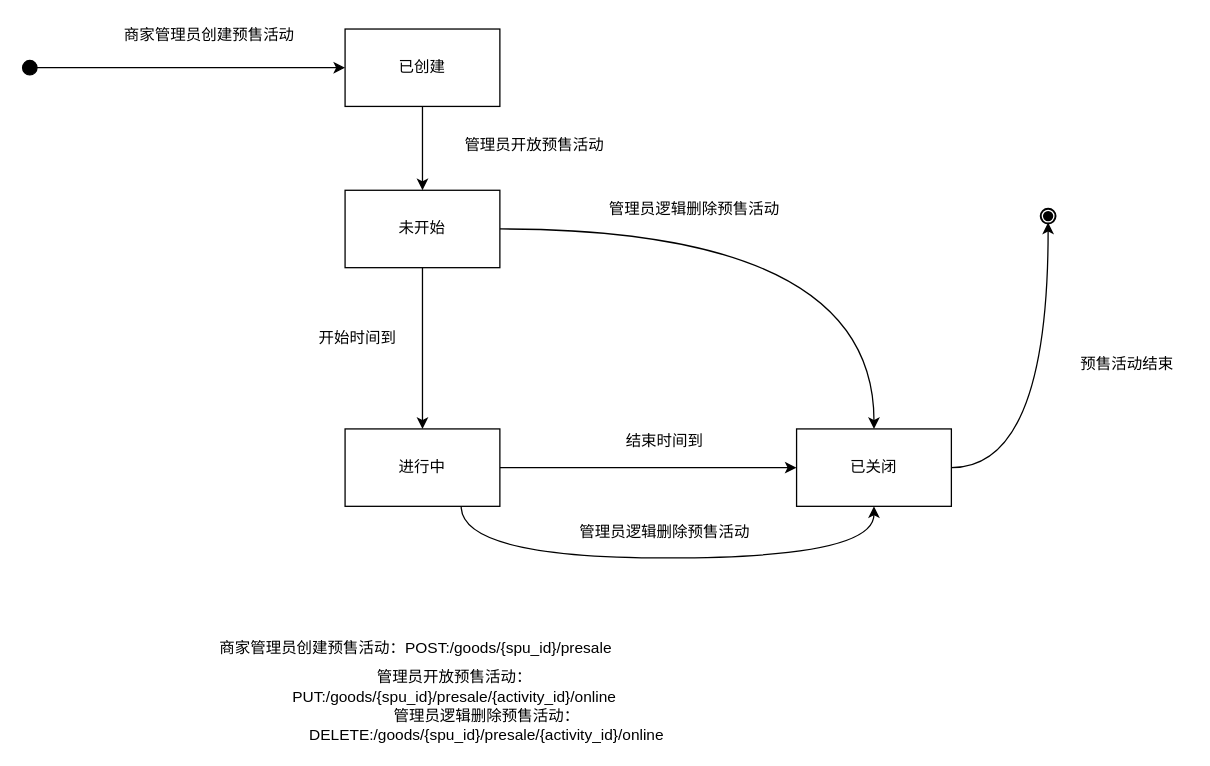
Before: OOAD讨论课/商品模块状态设计之预售子模块.drawio in app1echip/grams, a draw.io diagram. Source tidied: cells renumbered, new cells numbered last; positions are measured from the earlier drawing's top-left corner, leaving out a move shared by most shapes. Both pictures are drawn from the tidied source at 129%, with x=0, y=0 at pixel (22, 22).
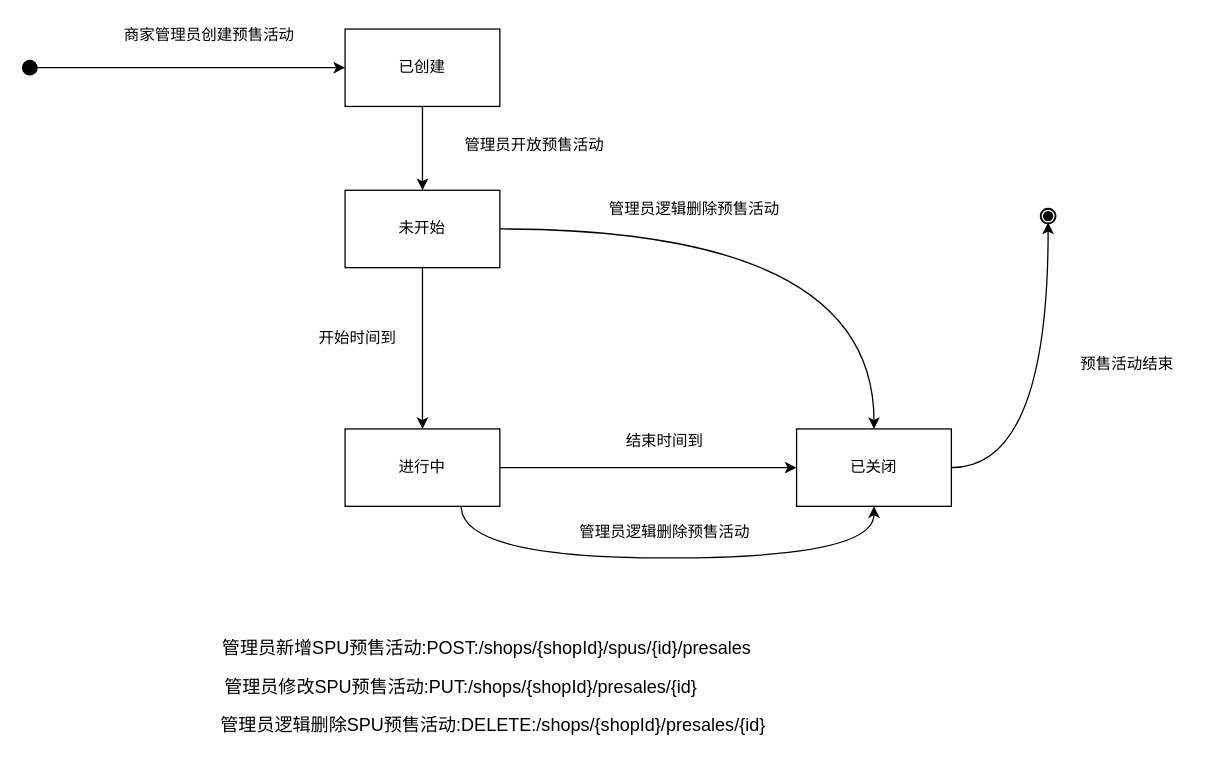
The same diagram, later.

Commit message:
Update 商品模块状态设计之预售子模块.drawio

What changed in the source:
```diff
@@
-    <mxCell id="22" value="商家管理员创建预售活动：POST:/goods/{spu_id}/presale" style="text;html=1;strokeColor=none;fillColor=none;align=center;verticalAlign=middle;whiteSpace=wrap;rounded=0;shadow=0;" parent="1" vertex="1">
-      <mxGeometry x="150" y="475" width="310" height="20" as="geometry" />
+    <mxCell id="22" value="&lt;font style=&quot;font-size: 14px&quot;&gt;&lt;span&gt;&lt;span&gt;&lt;span class=&quot;opblock-summary-path&quot;&gt;&lt;a class=&quot;nostyle&quot;&gt;&lt;span&gt;&lt;span&gt;&lt;span&gt;管理员新增SPU预售活动:POST:&lt;/span&gt;&lt;/span&gt;/shops/{shopId}/spus/{id}/presales&lt;/span&gt;&lt;/a&gt;&lt;/span&gt;&lt;/span&gt;&lt;/span&gt;&lt;/font&gt;" style="text;html=1;strokeColor=none;fillColor=none;align=center;verticalAlign=middle;whiteSpace=wrap;rounded=0;shadow=0;" parent="1" vertex="1">
+      <mxGeometry x="150" y="475" width="420" height="20" as="geometry" />
     </mxCell>
-    <mxCell id="23" value="管理员开放预售活动：PUT:/goods/{spu_id}/presale/{activity_id}/online" style="text;html=1;strokeColor=none;fillColor=none;align=center;verticalAlign=middle;whiteSpace=wrap;rounded=0;" parent="1" vertex="1">
-      <mxGeometry x="150" y="505" width="370" height="20" as="geometry" />
+    <mxCell id="23" value="&lt;font style=&quot;font-size: 14px&quot;&gt;&lt;span&gt;&lt;span&gt;管理员修改SPU预售活动:PUT:&lt;/span&gt;&lt;/span&gt;/shops/{shopId}/presales/{id}&lt;/font&gt;" style="text;html=1;strokeColor=none;fillColor=none;align=center;verticalAlign=middle;whiteSpace=wrap;rounded=0;" parent="1" vertex="1">
+      <mxGeometry x="150" y="505" width="380" height="20" as="geometry" />
     </mxCell>
-    <mxCell id="24" value="管理员逻辑删除预售活动：DELETE:/goods/{spu_id}/presale/{activity_id}/online" style="text;html=1;strokeColor=none;fillColor=none;align=center;verticalAlign=middle;whiteSpace=wrap;rounded=0;shadow=0;" parent="1" vertex="1">
-      <mxGeometry x="150" y="535" width="420" height="20" as="geometry" />
+    <mxCell id="24" value="&lt;font style=&quot;font-size: 14px&quot;&gt;管理员逻辑删除SPU预售活动:DELETE:/shops/{shopId}/presales/{id}&lt;/font&gt;" style="text;html=1;strokeColor=none;fillColor=none;align=center;verticalAlign=middle;whiteSpace=wrap;rounded=0;shadow=0;" parent="1" vertex="1">
+      <mxGeometry x="150" y="535" width="430" height="20" as="geometry" />
     </mxCell>
```
